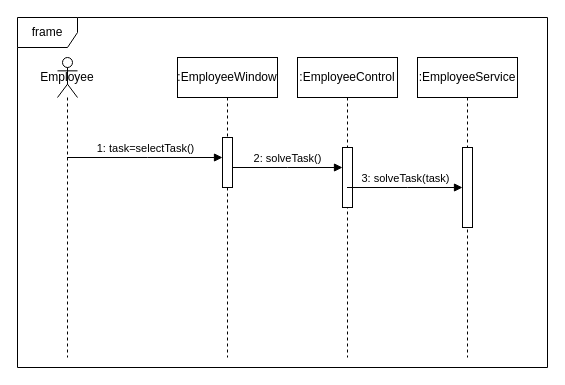
The draw.io diagram Semester4/ISS/lab4/SolveTask_NormalFlow.drawio in tpaul790/Faculty, before the edit. Source tidied: cells renumbered, new cells numbered last; positions are measured from the earlier drawing's top-left corner, leaving out a move shared by most shapes. Both pictures are drawn from the tidied source at 100%, with x=0, y=0 at pixel (17, 17).
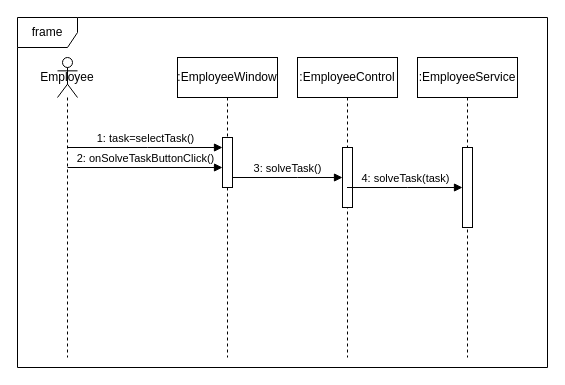
After the change.

The edit, as a diff of the source:
```diff
@@
 <mxGraphModel>
   <root>
     <mxCell id="0" />
     <mxCell id="1" parent="0" />
     <mxCell id="2" value=":EmployeeWindow" style="shape=umlLifeline;perimeter=lifelinePerimeter;whiteSpace=wrap;html=1;newEdgeStyle={&quot;edgeStyle&quot;:&quot;elbowEdgeStyle&quot;,&quot;elbow&quot;:&quot;vertical&quot;,&quot;curved&quot;:0,&quot;rounded&quot;:0};" parent="1" vertex="1">
       <mxGeometry x="160" y="40" width="100" height="300" as="geometry" />
     </mxCell>
     <mxCell id="3" style="html=1;points=[[0,0,0,0,5],[0,1,0,0,-5],[1,0,0,0,5],[1,1,0,0,-5]];perimeter=orthogonalPerimeter;outlineConnect=0;targetShapes=umlLifeline;portConstraint=eastwest;newEdgeStyle={&quot;curved&quot;:0,&quot;rounded&quot;:0};" parent="2" vertex="1">
       <mxGeometry x="45" y="80" width="10" height="50" as="geometry" />
     </mxCell>
     <mxCell id="4" value=":EmployeeControl" style="shape=umlLifeline;perimeter=lifelinePerimeter;whiteSpace=wrap;html=1;outlineConnect=0;portConstraint=eastwest;newEdgeStyle={&quot;edgeStyle&quot;:&quot;elbowEdgeStyle&quot;,&quot;elbow&quot;:&quot;vertical&quot;,&quot;curved&quot;:0,&quot;rounded&quot;:0};" parent="1" vertex="1">
       <mxGeometry x="280" y="40" width="100" height="300" as="geometry" />
     </mxCell>
     <mxCell id="5" style="html=1;points=[[0,0,0,0,5],[0,1,0,0,-5],[1,0,0,0,5],[1,1,0,0,-5]];perimeter=orthogonalPerimeter;outlineConnect=0;targetShapes=umlLifeline;portConstraint=eastwest;newEdgeStyle={&quot;curved&quot;:0,&quot;rounded&quot;:0};" parent="4" vertex="1">
       <mxGeometry x="45" y="90" width="10" height="60" as="geometry" />
     </mxCell>
     <mxCell id="6" value="Employee" style="shape=umlLifeline;perimeter=lifelinePerimeter;whiteSpace=wrap;html=1;outlineConnect=0;portConstraint=eastwest;newEdgeStyle={&quot;curved&quot;:0,&quot;rounded&quot;:0};participant=umlActor;" parent="1" vertex="1">
       <mxGeometry x="40" y="40" width="20" height="300" as="geometry" />
     </mxCell>
-    <mxCell id="7" value="1: task=selectTask()" style="html=1;verticalAlign=bottom;endArrow=block;curved=0;rounded=0;" parent="1" edge="1" source="6" target="3">
+    <mxCell id="7" value="1: task=selectTask()" style="html=1;verticalAlign=bottom;endArrow=block;curved=0;rounded=0;" parent="1" edge="1">
       <mxGeometry relative="1" as="geometry">
+        <mxPoint x="49.7" y="130" as="sourcePoint" />
+        <mxPoint x="205" y="130" as="targetPoint" />
         <Array as="points">
-          <mxPoint x="130" y="140" />
+          <mxPoint x="130" y="130" />
         </Array>
       </mxGeometry>
     </mxCell>
-    <mxCell id="8" value="2: solveTask()" style="html=1;verticalAlign=bottom;endArrow=block;curved=0;rounded=0;" parent="1" edge="1" source="3" target="5">
+    <mxCell id="8" value="3: solveTask()" style="html=1;verticalAlign=bottom;endArrow=block;curved=0;rounded=0;" parent="1" edge="1" source="3" target="5">
       <mxGeometry relative="1" as="geometry">
         <Array as="points">
-          <mxPoint x="270" y="150" />
+          <mxPoint x="280" y="160" />
         </Array>
       </mxGeometry>
     </mxCell>
     <mxCell id="9" value=":EmployeeService" style="shape=umlLifeline;perimeter=lifelinePerimeter;whiteSpace=wrap;html=1;newEdgeStyle={&quot;curved&quot;:0,&quot;rounded&quot;:0};" parent="1" vertex="1">
       <mxGeometry x="400" y="40" width="100" height="300" as="geometry" />
     </mxCell>
     <mxCell id="10" style="html=1;points=[[0,0,0,0,5],[0,1,0,0,-5],[1,0,0,0,5],[1,1,0,0,-5]];perimeter=orthogonalPerimeter;outlineConnect=0;targetShapes=umlLifeline;portConstraint=eastwest;newEdgeStyle={&quot;curved&quot;:0,&quot;rounded&quot;:0};" parent="9" vertex="1">
       <mxGeometry x="45" y="90" width="10" height="80" as="geometry" />
     </mxCell>
-    <mxCell id="11" value="3: solveTask(task)" style="html=1;verticalAlign=bottom;endArrow=block;curved=0;rounded=0;" parent="1" edge="1" source="4" target="10">
+    <mxCell id="11" value="4: solveTask(task)" style="html=1;verticalAlign=bottom;endArrow=block;curved=0;rounded=0;" parent="1" edge="1" source="4" target="10">
       <mxGeometry relative="1" as="geometry">
         <Array as="points">
           <mxPoint x="390" y="170" />
         </Array>
       </mxGeometry>
     </mxCell>
     <mxCell id="12" value="frame" style="shape=umlFrame;whiteSpace=wrap;html=1;" parent="1" vertex="1">
       <mxGeometry width="530" height="350" as="geometry" />
     </mxCell>
+    <mxCell id="13" value="2: onSolveTaskButtonClick()" style="html=1;verticalAlign=bottom;endArrow=block;curved=0;rounded=0;" parent="1" edge="1" target="3">
+      <mxGeometry relative="1" as="geometry">
+        <mxPoint x="50" y="150" as="sourcePoint" />
+      </mxGeometry>
+    </mxCell>
   </root>
 </mxGraphModel>
```
